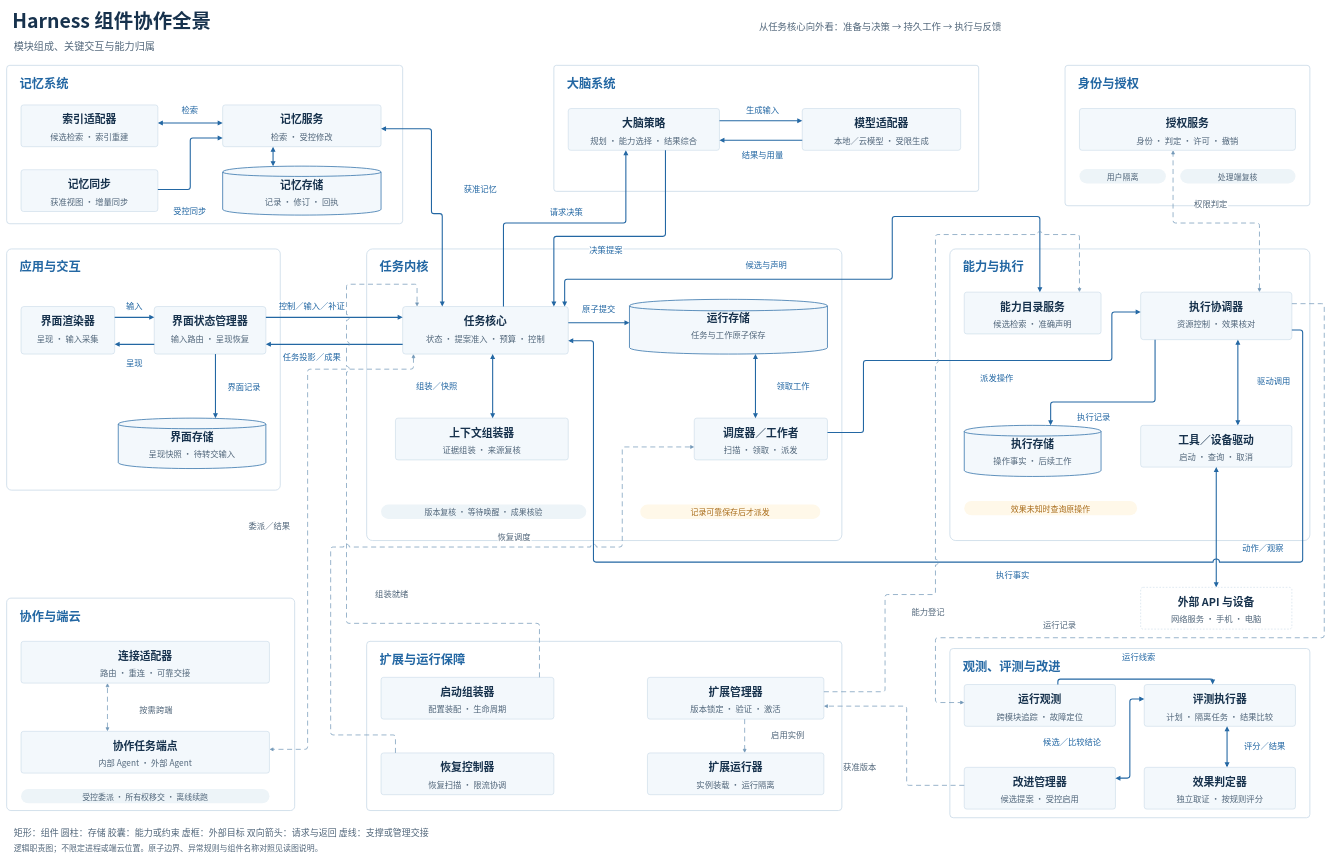
Before: docs/architecture/diagrams/system-panorama.drawio in ruipengliu/lerna, a draw.io diagram. Source tidied: cells renumbered, new cells numbered last; positions are measured from the earlier drawing's top-left corner, leaving out a move shared by most shapes. Both pictures are drawn from the tidied source at 36%, with x=0, y=0 at pixel (6, 7).
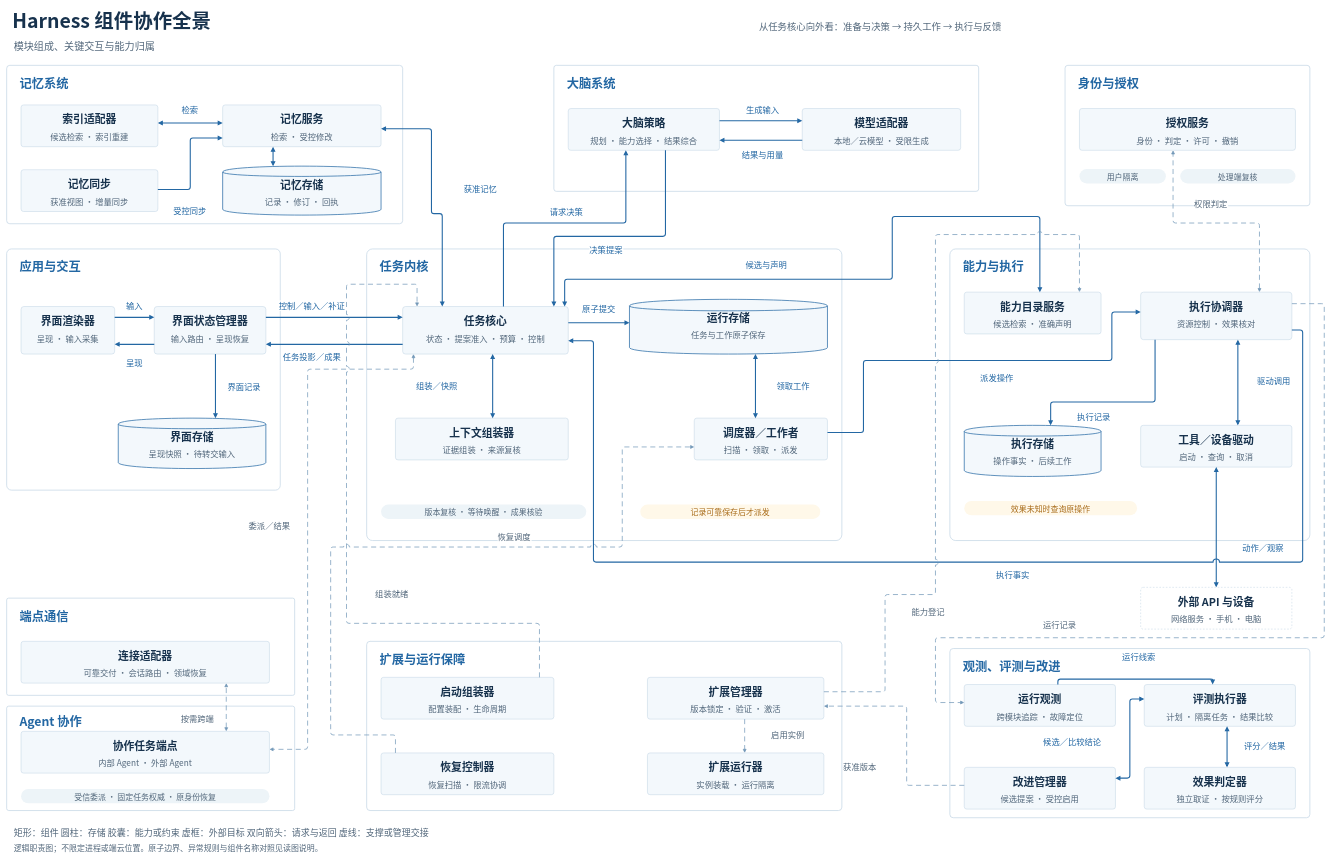
Above is the later version.

The edit, as a diff of the source:
```diff
@@
+    <mxCell id="152" style="rounded=1;arcSize=2;fillColor=#ffffff;strokeColor=#c4d6e5;strokeWidth=2;" parent="1" vertex="1">
+      <mxGeometry y="1642" width="800" height="270" as="geometry" />
+    </mxCell>
+    <mxCell id="153" value="端点通信" style="text;html=0;whiteSpace=wrap;overflow=visible;align=left;verticalAlign=top;spacing=0;fontFamily=Noto Sans CJK SC;fontSize=34;fontColor=#2367a3;fontStyle=1;" parent="152" vertex="1">
+      <mxGeometry x="36" y="24" width="300" height="48" as="geometry" />
+    </mxCell>
     <mxCell id="79" style="rounded=1;arcSize=2;fillColor=#ffffff;strokeColor=#c4d6e5;strokeWidth=2;" parent="1" vertex="1">
-      <mxGeometry y="1642" width="800" height="590" as="geometry" />
+      <mxGeometry y="1942" width="800" height="290" as="geometry" />
     </mxCell>
-    <mxCell id="80" value="协作与端云" style="text;html=0;whiteSpace=wrap;overflow=visible;align=left;verticalAlign=top;spacing=0;fontFamily=Noto Sans CJK SC;fontSize=34;fontColor=#2367a3;fontStyle=1;" parent="79" vertex="1">
-      <mxGeometry x="36" y="24" width="194" height="48" as="geometry" />
+    <mxCell id="80" value="Agent 协作" style="text;html=0;whiteSpace=wrap;overflow=visible;align=left;verticalAlign=top;spacing=0;fontFamily=Noto Sans CJK SC;fontSize=34;fontColor=#2367a3;fontStyle=1;" parent="79" vertex="1">
+      <mxGeometry x="36" y="16" width="300" height="48" as="geometry" />
     </mxCell>
-    <mxCell id="81" style="rounded=1;arcSize=6;fillColor=#f3f8fc;strokeColor=#c4d6e5;strokeWidth=1.5;dashed=0;" parent="79" vertex="1">
+    <mxCell id="81" style="rounded=1;arcSize=6;fillColor=#f3f8fc;strokeColor=#c4d6e5;strokeWidth=1.5;dashed=0;" parent="152" vertex="1">
       <mxGeometry x="40" y="120" width="690" height="116" as="geometry" />
     </mxCell>
@@
-    <mxCell id="83" value="路由 · 重连 · 可靠交接" style="text;html=0;whiteSpace=wrap;overflow=visible;align=center;verticalAlign=top;spacing=0;fontFamily=Noto Sans CJK SC;fontSize=23;fontColor=#52677b;fontStyle=0;" parent="81" vertex="1">
+    <mxCell id="83" value="可靠交付 · 会话路由 · 领域恢复" style="text;html=0;whiteSpace=wrap;overflow=visible;align=center;verticalAlign=top;spacing=0;fontFamily=Noto Sans CJK SC;fontSize=23;fontColor=#52677b;fontStyle=0;" parent="81" vertex="1">
       <mxGeometry x="20" y="70" width="650" height="36" as="geometry" />
     </mxCell>
     <mxCell id="84" style="rounded=1;arcSize=6;fillColor=#f3f8fc;strokeColor=#c4d6e5;strokeWidth=1.5;dashed=0;" parent="79" vertex="1">
-      <mxGeometry x="40" y="370" width="690" height="116" as="geometry" />
+      <mxGeometry x="40" y="70" width="690" height="116" as="geometry" />
     </mxCell>
@@
-    <mxCell id="87" value="受控委派 · 所有权移交 · 离线续跑" style="rounded=1;arcSize=50;html=0;whiteSpace=wrap;align=center;verticalAlign=middle;fillColor=#edf4f8;strokeColor=none;fontFamily=Noto Sans CJK SC;fontSize=22;fontColor=#52677b;" parent="1" vertex="1">
+    <mxCell id="87" value="受信委派 · 固定任务权威 · 原身份恢复" style="rounded=1;arcSize=50;html=0;whiteSpace=wrap;align=center;verticalAlign=middle;fillColor=#edf4f8;strokeColor=none;fontFamily=Noto Sans CJK SC;fontSize=22;fontColor=#52677b;" parent="1" vertex="1">
       <mxGeometry x="40" y="2172" width="690" height="40" as="geometry" />
     </mxCell>
@@
-    <mxCell id="140" value="按需跨端" style="edgeStyle=none;rounded=1;arcSize=14;html=0;endArrow=block;endFill=1;startArrow=block;startFill=1;strokeColor=#7398b8;strokeWidth=2;dashed=1;dashPattern=7 5;jumpStyle=arc;jumpSize=14;exitX=0.34782608695652173;exitY=0.0;exitPerimeter=0;entryX=0.34782608695652173;entryY=1.0;entryPerimeter=0;fontFamily=Noto Sans CJK SC;fontSize=23;fontColor=#52677b;align=center;verticalAlign=middle;labelBackgroundColor=#ffffff;spacing=0;" parent="1" edge="1" source="84" target="81">
+    <mxCell id="140" value="按需跨端" style="edgeStyle=none;rounded=1;arcSize=14;html=0;endArrow=block;endFill=1;startArrow=block;startFill=1;strokeColor=#7398b8;strokeWidth=2;dashed=1;dashPattern=7 5;jumpStyle=arc;jumpSize=14;exitX=0.8260869565217391;exitY=0.0;exitPerimeter=0;entryX=0.8260869565217391;entryY=1.0;entryPerimeter=0;fontFamily=Noto Sans CJK SC;fontSize=23;fontColor=#52677b;align=center;verticalAlign=middle;labelBackgroundColor=#ffffff;spacing=0;" parent="1" edge="1" source="84" target="81">
       <mxGeometry relative="1" as="geometry">
-        <mxPoint x="135" y="5" as="offset" />
+        <mxPoint x="-80" y="30" as="offset" />
       </mxGeometry>
     </mxCell>
```
